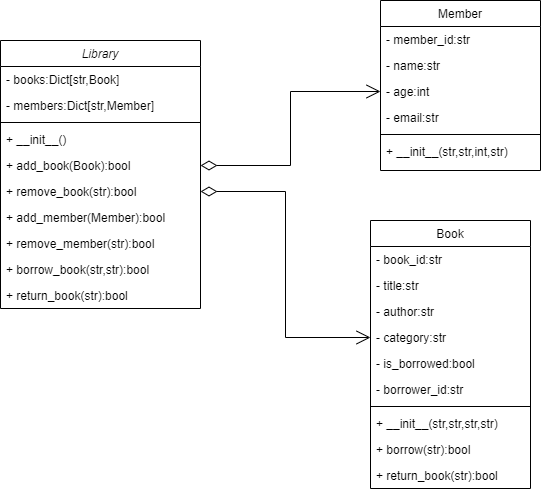
Above: Projects/OOP Project - Library Management System/library_management_system.png in Mina329/Instant-AI-Tasks (draw.io), before the change. Source tidied: cells renumbered, new cells last; positions are measured from the earlier drawing's top-left corner, leaving out a move shared by most shapes.
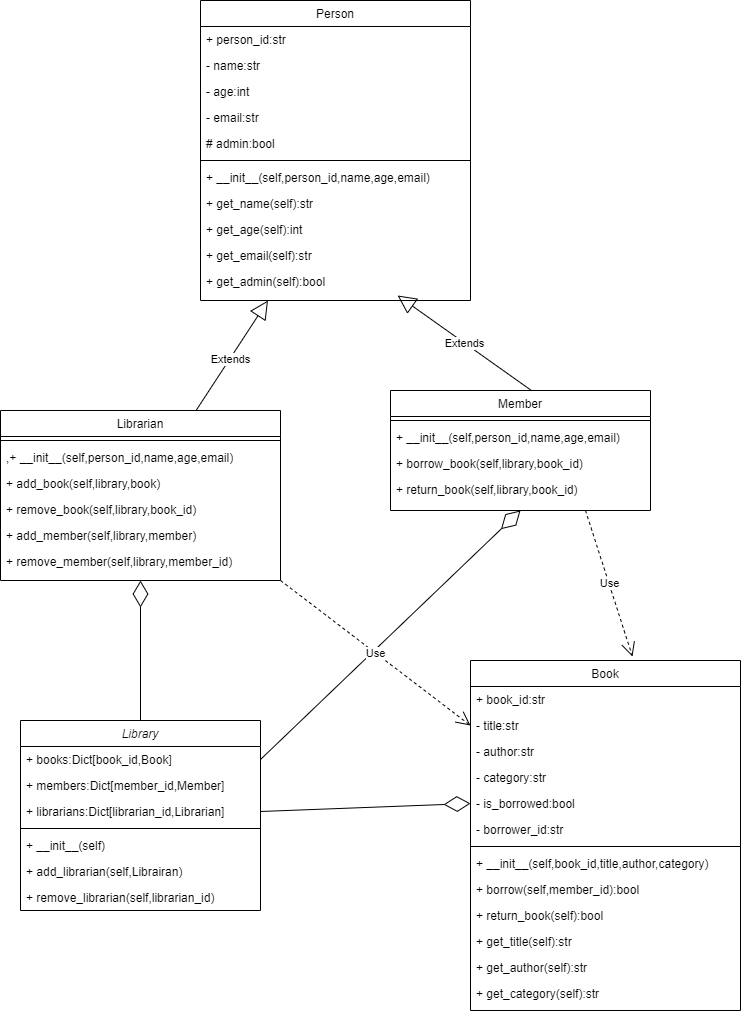
After the change.

Change to the diagram source:
```diff
@@ -3,97 +3,163 @@
     <mxCell id="0" />
     <mxCell id="1" parent="0" />
     <mxCell id="2" value="Library" style="swimlane;fontStyle=2;align=center;verticalAlign=top;horizontal=1;startSize=26;rounded=0;shadow=0;strokeWidth=1;" parent="1" vertex="1">
-      <mxGeometry y="40" width="200" height="268" as="geometry" />
+      <mxGeometry x="20" y="600" width="240" height="190" as="geometry" />
     </mxCell>
-    <mxCell id="3" value="- books:Dict[str,Book]" style="text;align=left;verticalAlign=top;spacingLeft=4;spacingRight=4;overflow=hidden;points=[[0,0.5],[1,0.5]];portConstraint=eastwest;" parent="2" vertex="1">
-      <mxGeometry y="26" width="200" height="26" as="geometry" />
+    <mxCell id="3" value="+ books:Dict[book_id,Book]" style="text;align=left;verticalAlign=top;spacingLeft=4;spacingRight=4;overflow=hidden;points=[[0,0.5],[1,0.5]];portConstraint=eastwest;" parent="2" vertex="1">
+      <mxGeometry y="26" width="240" height="26" as="geometry" />
     </mxCell>
-    <mxCell id="4" value="- members:Dict[str,Member]" style="text;align=left;verticalAlign=top;spacingLeft=4;spacingRight=4;overflow=hidden;rounded=0;shadow=0;html=0;" parent="2" vertex="1">
-      <mxGeometry y="52" width="200" height="26" as="geometry" />
+    <mxCell id="4" value="+ members:Dict[member_id,Member]" style="text;align=left;verticalAlign=top;spacingLeft=4;spacingRight=4;overflow=hidden;rounded=0;shadow=0;html=0;" parent="2" vertex="1">
+      <mxGeometry y="52" width="240" height="26" as="geometry" />
     </mxCell>
+    <mxCell id="33" value="+ librarians:Dict[librarian_id,Librarian]" style="text;align=left;verticalAlign=top;spacingLeft=4;spacingRight=4;overflow=hidden;points=[[0,0.5],[1,0.5]];portConstraint=eastwest;rounded=0;shadow=0;html=0;" parent="2" vertex="1">
+      <mxGeometry y="78" width="240" height="26" as="geometry" />
+    </mxCell>
     <mxCell id="5" style="line;html=1;strokeWidth=1;align=left;verticalAlign=middle;spacingTop=-1;spacingLeft=3;spacingRight=3;labelPosition=right;" parent="2" vertex="1">
-      <mxGeometry y="78" width="200" height="8" as="geometry" />
+      <mxGeometry y="104" width="240" height="8" as="geometry" />
     </mxCell>
-    <mxCell id="6" value="+ __init__()" style="text;align=left;verticalAlign=top;spacingLeft=4;spacingRight=4;overflow=hidden;" parent="2" vertex="1">
-      <mxGeometry y="86" width="200" height="26" as="geometry" />
+    <mxCell id="6" value="+ __init__(self)" style="text;align=left;verticalAlign=top;spacingLeft=4;spacingRight=4;overflow=hidden;" parent="2" vertex="1">
+      <mxGeometry y="112" width="240" height="26" as="geometry" />
     </mxCell>
-    <mxCell id="7" value="+ add_book(Book):bool" style="text;align=left;verticalAlign=top;spacingLeft=4;spacingRight=4;overflow=hidden;points=[[0,0.5],[1,0.5]];portConstraint=eastwest;" parent="2" vertex="1">
-      <mxGeometry y="112" width="200" height="26" as="geometry" />
-    </mxCell>
-    <mxCell id="8" value="+ remove_book(str):bool" style="text;align=left;verticalAlign=top;spacingLeft=4;spacingRight=4;overflow=hidden;points=[[0,0.5],[1,0.5]];portConstraint=eastwest;" parent="2" vertex="1">
-      <mxGeometry y="138" width="200" height="26" as="geometry" />
-    </mxCell>
-    <mxCell id="9" value="+ add_member(Member):bool" style="text;align=left;verticalAlign=top;spacingLeft=4;spacingRight=4;overflow=hidden;" parent="2" vertex="1">
-      <mxGeometry y="164" width="200" height="26" as="geometry" />
-    </mxCell>
-    <mxCell id="10" value="+ remove_member(str):bool" style="text;align=left;verticalAlign=top;spacingLeft=4;spacingRight=4;overflow=hidden;" parent="2" vertex="1">
-      <mxGeometry y="190" width="200" height="26" as="geometry" />
-    </mxCell>
-    <mxCell id="11" value="+ borrow_book(str,str):bool" style="text;align=left;verticalAlign=top;spacingLeft=4;spacingRight=4;overflow=hidden;" parent="2" vertex="1">
-      <mxGeometry y="216" width="200" height="26" as="geometry" />
-    </mxCell>
-    <mxCell id="12" value="+ return_book(str):bool" style="text;align=left;verticalAlign=top;spacingLeft=4;spacingRight=4;overflow=hidden;" parent="2" vertex="1">
-      <mxGeometry y="242" width="200" height="26" as="geometry" />
-    </mxCell>
+    <mxCell id="34" value="+ add_librarian(self,Librairan)" style="text;align=left;verticalAlign=top;spacingLeft=4;spacingRight=4;overflow=hidden;" parent="2" vertex="1">
+      <mxGeometry y="138" width="240" height="26" as="geometry" />
+    </mxCell>
+    <mxCell id="35" value="+ remove_librarian(self,librarian_id)" style="text;align=left;verticalAlign=top;spacingLeft=4;spacingRight=4;overflow=hidden;" parent="2" vertex="1">
+      <mxGeometry y="164" width="240" height="26" as="geometry" />
+    </mxCell>
     <mxCell id="13" value="Book" style="swimlane;fontStyle=0;align=center;verticalAlign=top;horizontal=1;startSize=26;rounded=0;shadow=0;strokeWidth=1;" parent="1" vertex="1">
-      <mxGeometry x="370" y="220" width="160" height="268" as="geometry" />
+      <mxGeometry x="470" y="540" width="270" height="350" as="geometry" />
     </mxCell>
-    <mxCell id="14" value="- book_id:str" style="text;align=left;verticalAlign=top;spacingLeft=4;spacingRight=4;overflow=hidden;" parent="13" vertex="1">
-      <mxGeometry y="26" width="160" height="26" as="geometry" />
+    <mxCell id="14" value="+ book_id:str" style="text;align=left;verticalAlign=top;spacingLeft=4;spacingRight=4;overflow=hidden;" parent="13" vertex="1">
+      <mxGeometry y="26" width="270" height="26" as="geometry" />
     </mxCell>
     <mxCell id="15" value="- title:str" style="text;align=left;verticalAlign=top;spacingLeft=4;spacingRight=4;overflow=hidden;points=[[0,0.5],[1,0.5]];portConstraint=eastwest;" parent="13" vertex="1">
-      <mxGeometry y="52" width="160" height="26" as="geometry" />
+      <mxGeometry y="52" width="270" height="26" as="geometry" />
     </mxCell>
     <mxCell id="16" value="- author:str" style="text;align=left;verticalAlign=top;spacingLeft=4;spacingRight=4;overflow=hidden;rounded=0;shadow=0;html=0;" parent="13" vertex="1">
-      <mxGeometry y="78" width="160" height="26" as="geometry" />
+      <mxGeometry y="78" width="270" height="26" as="geometry" />
     </mxCell>
     <mxCell id="17" value="- category:str&#10;" style="text;align=left;verticalAlign=top;spacingLeft=4;spacingRight=4;overflow=hidden;points=[[0,0.5],[1,0.5]];portConstraint=eastwest;rounded=0;shadow=0;html=0;" parent="13" vertex="1">
-      <mxGeometry y="104" width="160" height="26" as="geometry" />
+      <mxGeometry y="104" width="270" height="26" as="geometry" />
     </mxCell>
     <mxCell id="18" value="- is_borrowed:bool" style="text;align=left;verticalAlign=top;spacingLeft=4;spacingRight=4;overflow=hidden;points=[[0,0.5],[1,0.5]];portConstraint=eastwest;rounded=0;shadow=0;html=0;" parent="13" vertex="1">
-      <mxGeometry y="130" width="160" height="26" as="geometry" />
+      <mxGeometry y="130" width="270" height="26" as="geometry" />
     </mxCell>
     <mxCell id="19" value="- borrower_id:str" style="text;align=left;verticalAlign=top;spacingLeft=4;spacingRight=4;overflow=hidden;rounded=0;shadow=0;html=0;" parent="13" vertex="1">
-      <mxGeometry y="156" width="160" height="26" as="geometry" />
+      <mxGeometry y="156" width="270" height="26" as="geometry" />
     </mxCell>
     <mxCell id="20" style="line;html=1;strokeWidth=1;align=left;verticalAlign=middle;spacingTop=-1;spacingLeft=3;spacingRight=3;labelPosition=right;" parent="13" vertex="1">
-      <mxGeometry y="182" width="160" height="8" as="geometry" />
+      <mxGeometry y="182" width="270" height="8" as="geometry" />
     </mxCell>
-    <mxCell id="21" value="+ __init__(str,str,str,str)" style="text;align=left;verticalAlign=top;spacingLeft=4;spacingRight=4;overflow=hidden;fontStyle=0;" parent="13" vertex="1">
-      <mxGeometry y="190" width="160" height="26" as="geometry" />
+    <mxCell id="21" value="+ __init__(self,book_id,title,author,category)" style="text;align=left;verticalAlign=top;spacingLeft=4;spacingRight=4;overflow=hidden;fontStyle=0;" parent="13" vertex="1">
+      <mxGeometry y="190" width="270" height="26" as="geometry" />
     </mxCell>
-    <mxCell id="22" value="+ borrow(str):bool" style="text;align=left;verticalAlign=top;spacingLeft=4;spacingRight=4;overflow=hidden;" parent="13" vertex="1">
-      <mxGeometry y="216" width="160" height="26" as="geometry" />
+    <mxCell id="22" value="+ borrow(self,member_id):bool" style="text;align=left;verticalAlign=top;spacingLeft=4;spacingRight=4;overflow=hidden;" parent="13" vertex="1">
+      <mxGeometry y="216" width="270" height="26" as="geometry" />
     </mxCell>
-    <mxCell id="23" value="+ return_book(str):bool" style="text;align=left;verticalAlign=top;spacingLeft=4;spacingRight=4;overflow=hidden;" parent="13" vertex="1">
-      <mxGeometry y="242" width="160" height="26" as="geometry" />
+    <mxCell id="23" value="+ return_book(self):bool" style="text;align=left;verticalAlign=top;spacingLeft=4;spacingRight=4;overflow=hidden;" parent="13" vertex="1">
+      <mxGeometry y="242" width="270" height="26" as="geometry" />
     </mxCell>
+    <mxCell id="36" value="+ get_title(self):str" style="text;align=left;verticalAlign=top;spacingLeft=4;spacingRight=4;overflow=hidden;" parent="13" vertex="1">
+      <mxGeometry y="268" width="270" height="26" as="geometry" />
+    </mxCell>
+    <mxCell id="37" value="+ get_author(self):str" style="text;align=left;verticalAlign=top;spacingLeft=4;spacingRight=4;overflow=hidden;" parent="13" vertex="1">
+      <mxGeometry y="294" width="270" height="26" as="geometry" />
+    </mxCell>
+    <mxCell id="38" value="+ get_category(self):str" style="text;align=left;verticalAlign=top;spacingLeft=4;spacingRight=4;overflow=hidden;" parent="13" vertex="1">
+      <mxGeometry y="320" width="270" height="26" as="geometry" />
+    </mxCell>
     <mxCell id="24" value="Member" style="swimlane;fontStyle=0;align=center;verticalAlign=top;horizontal=1;startSize=26;rounded=0;shadow=0;strokeWidth=1;" parent="1" vertex="1">
-      <mxGeometry x="380" width="160" height="170" as="geometry" />
+      <mxGeometry x="390" y="270" width="260" height="120" as="geometry" />
     </mxCell>
-    <mxCell id="25" value="- member_id:str" style="text;align=left;verticalAlign=top;spacingLeft=4;spacingRight=4;overflow=hidden;" parent="24" vertex="1">
-      <mxGeometry y="26" width="160" height="26" as="geometry" />
-    </mxCell>
+    <mxCell id="29" style="line;html=1;strokeWidth=1;align=left;verticalAlign=middle;spacingTop=-1;spacingLeft=3;spacingRight=3;labelPosition=right;" parent="24" vertex="1">
+      <mxGeometry y="26" width="260" height="8" as="geometry" />
+    </mxCell>
+    <mxCell id="30" value="+ __init__(self,person_id,name,age,email)" style="text;align=left;verticalAlign=top;spacingLeft=4;spacingRight=4;overflow=hidden;" parent="24" vertex="1">
+      <mxGeometry y="34" width="260" height="26" as="geometry" />
+    </mxCell>
+    <mxCell id="39" value="+ borrow_book(self,library,book_id)" style="text;align=left;verticalAlign=top;spacingLeft=4;spacingRight=4;overflow=hidden;" parent="24" vertex="1">
+      <mxGeometry y="60" width="260" height="26" as="geometry" />
+    </mxCell>
+    <mxCell id="40" value="+ return_book(self,library,book_id)" style="text;align=left;verticalAlign=top;spacingLeft=4;spacingRight=4;overflow=hidden;" parent="24" vertex="1">
+      <mxGeometry y="86" width="260" height="18" as="geometry" />
+    </mxCell>
+    <mxCell id="41" value="Person" style="swimlane;fontStyle=0;align=center;verticalAlign=top;horizontal=1;startSize=26;rounded=0;shadow=0;strokeWidth=1;" parent="1" vertex="1">
+      <mxGeometry x="200" y="-120" width="270" height="300" as="geometry" />
+    </mxCell>
+    <mxCell id="42" value="+ person_id:str" style="text;align=left;verticalAlign=top;spacingLeft=4;spacingRight=4;overflow=hidden;" parent="41" vertex="1">
+      <mxGeometry y="26" width="270" height="26" as="geometry" />
+    </mxCell>
-    <mxCell id="26" value="- name:str" style="text;align=left;verticalAlign=top;spacingLeft=4;spacingRight=4;overflow=hidden;rounded=0;shadow=0;html=0;" parent="24" vertex="1">
-      <mxGeometry y="52" width="160" height="26" as="geometry" />
+    <mxCell id="26" value="- name:str" style="text;align=left;verticalAlign=top;spacingLeft=4;spacingRight=4;overflow=hidden;rounded=0;shadow=0;html=0;" parent="41" vertex="1">
+      <mxGeometry y="52" width="270" height="26" as="geometry" />
     </mxCell>
-    <mxCell id="27" value="- age:int" style="text;align=left;verticalAlign=top;spacingLeft=4;spacingRight=4;overflow=hidden;points=[[0,0.5],[1,0.5]];portConstraint=eastwest;rounded=0;shadow=0;html=0;" parent="24" vertex="1">
-      <mxGeometry y="78" width="160" height="26" as="geometry" />
+    <mxCell id="27" value="- age:int" style="text;align=left;verticalAlign=top;spacingLeft=4;spacingRight=4;overflow=hidden;points=[[0,0.5],[1,0.5]];portConstraint=eastwest;rounded=0;shadow=0;html=0;" parent="41" vertex="1">
+      <mxGeometry y="78" width="270" height="26" as="geometry" />
     </mxCell>
-    <mxCell id="28" value="- email:str" style="text;align=left;verticalAlign=top;spacingLeft=4;spacingRight=4;overflow=hidden;rounded=0;shadow=0;html=0;" parent="24" vertex="1">
-      <mxGeometry y="104" width="160" height="26" as="geometry" />
+    <mxCell id="28" value="- email:str" style="text;align=left;verticalAlign=top;spacingLeft=4;spacingRight=4;overflow=hidden;rounded=0;shadow=0;html=0;" parent="41" vertex="1">
+      <mxGeometry y="104" width="270" height="26" as="geometry" />
     </mxCell>
-    <mxCell id="29" style="line;html=1;strokeWidth=1;align=left;verticalAlign=middle;spacingTop=-1;spacingLeft=3;spacingRight=3;labelPosition=right;" parent="24" vertex="1">
-      <mxGeometry y="130" width="160" height="8" as="geometry" />
-    </mxCell>
-    <mxCell id="30" value="+ __init__(str,str,int,str)" style="text;align=left;verticalAlign=top;spacingLeft=4;spacingRight=4;overflow=hidden;" parent="24" vertex="1">
-      <mxGeometry y="138" width="160" height="26" as="geometry" />
-    </mxCell>
-    <mxCell id="31" style="endArrow=open;html=1;endSize=12;startArrow=diamondThin;startSize=14;startFill=0;edgeStyle=orthogonalEdgeStyle;align=left;verticalAlign=bottom;rounded=0;exitX=1;exitY=0.5;exitDx=0;exitDy=0;entryX=0;entryY=0.5;entryDx=0;entryDy=0;" parent="1" edge="1" source="8" target="17">
-      <mxGeometry x="-1" y="3" relative="1" as="geometry" />
-    </mxCell>
-    <mxCell id="32" style="endArrow=open;html=1;endSize=12;startArrow=diamondThin;startSize=14;startFill=0;edgeStyle=orthogonalEdgeStyle;align=left;verticalAlign=bottom;rounded=0;exitX=1;exitY=0.5;exitDx=0;exitDy=0;entryX=0;entryY=0.5;entryDx=0;entryDy=0;" parent="1" edge="1" source="7" target="27">
-      <mxGeometry x="-1" y="3" relative="1" as="geometry" />
-    </mxCell>
+    <mxCell id="43" value="# admin:bool" style="text;align=left;verticalAlign=top;spacingLeft=4;spacingRight=4;overflow=hidden;rounded=0;shadow=0;html=0;" parent="41" vertex="1">
+      <mxGeometry y="130" width="270" height="26" as="geometry" />
+    </mxCell>
+    <mxCell id="44" style="line;html=1;strokeWidth=1;align=left;verticalAlign=middle;spacingTop=-1;spacingLeft=3;spacingRight=3;labelPosition=right;" parent="41" vertex="1">
+      <mxGeometry y="156" width="270" height="8" as="geometry" />
+    </mxCell>
+    <mxCell id="45" value="+ __init__(self,person_id,name,age,email)" style="text;align=left;verticalAlign=top;spacingLeft=4;spacingRight=4;overflow=hidden;" parent="41" vertex="1">
+      <mxGeometry y="164" width="270" height="26" as="geometry" />
+    </mxCell>
+    <mxCell id="46" value="+ get_name(self):str" style="text;align=left;verticalAlign=top;spacingLeft=4;spacingRight=4;overflow=hidden;" parent="41" vertex="1">
+      <mxGeometry y="190" width="270" height="26" as="geometry" />
+    </mxCell>
+    <mxCell id="47" value="+ get_age(self):int" style="text;align=left;verticalAlign=top;spacingLeft=4;spacingRight=4;overflow=hidden;" parent="41" vertex="1">
+      <mxGeometry y="216" width="270" height="26" as="geometry" />
+    </mxCell>
+    <mxCell id="48" value="+ get_email(self):str" style="text;align=left;verticalAlign=top;spacingLeft=4;spacingRight=4;overflow=hidden;" parent="41" vertex="1">
+      <mxGeometry y="242" width="270" height="26" as="geometry" />
+    </mxCell>
+    <mxCell id="49" value="+ get_admin(self):bool" style="text;align=left;verticalAlign=top;spacingLeft=4;spacingRight=4;overflow=hidden;points=[[0,0.5],[1,0.5]];portConstraint=eastwest;" parent="41" vertex="1">
+      <mxGeometry y="268" width="270" height="26" as="geometry" />
+    </mxCell>
+    <mxCell id="50" value="Librarian" style="swimlane;fontStyle=0;align=center;verticalAlign=top;horizontal=1;startSize=26;rounded=0;shadow=0;strokeWidth=1;" parent="1" vertex="1">
+      <mxGeometry y="290" width="280" height="170" as="geometry" />
+    </mxCell>
+    <mxCell id="51" style="line;html=1;strokeWidth=1;align=left;verticalAlign=middle;spacingTop=-1;spacingLeft=3;spacingRight=3;labelPosition=right;" parent="50" vertex="1">
+      <mxGeometry y="26" width="280" height="8" as="geometry" />
+    </mxCell>
+    <mxCell id="52" value=",+ __init__(self,person_id,name,age,email)" style="text;align=left;verticalAlign=top;spacingLeft=4;spacingRight=4;overflow=hidden;" parent="50" vertex="1">
+      <mxGeometry y="34" width="280" height="26" as="geometry" />
+    </mxCell>
+    <mxCell id="53" value="+ add_book(self,library,book)" style="text;align=left;verticalAlign=top;spacingLeft=4;spacingRight=4;overflow=hidden;" parent="50" vertex="1">
+      <mxGeometry y="60" width="280" height="26" as="geometry" />
+    </mxCell>
+    <mxCell id="54" value="+ remove_book(self,library,book_id)" style="text;align=left;verticalAlign=top;spacingLeft=4;spacingRight=4;overflow=hidden;" parent="50" vertex="1">
+      <mxGeometry y="86" width="280" height="26" as="geometry" />
+    </mxCell>
+    <mxCell id="55" value="+ add_member(self,library,member)" style="text;align=left;verticalAlign=top;spacingLeft=4;spacingRight=4;overflow=hidden;" parent="50" vertex="1">
+      <mxGeometry y="112" width="280" height="26" as="geometry" />
+    </mxCell>
+    <mxCell id="56" value="+ remove_member(self,library,member_id)" style="text;align=left;verticalAlign=top;spacingLeft=4;spacingRight=4;overflow=hidden;" parent="50" vertex="1">
+      <mxGeometry y="138" width="280" height="26" as="geometry" />
+    </mxCell>
+    <mxCell id="57" value="Extends" style="endArrow=block;endSize=16;endFill=0;html=1;rounded=0;entryX=0.25;entryY=1;entryDx=0;entryDy=0;" parent="1" edge="1" source="50" target="41">
+      <mxGeometry x="-0.06" y="-1" relative="1" as="geometry" />
+    </mxCell>
+    <mxCell id="58" value="Extends" style="endArrow=block;endSize=16;endFill=0;html=1;rounded=0;exitX=0.542;exitY=0;exitDx=0;exitDy=0;exitPerimeter=0;entryX=0.73;entryY=1.038;entryDx=0;entryDy=0;entryPerimeter=0;" parent="1" edge="1" source="24" target="49">
+      <mxGeometry relative="1" as="geometry" />
+    </mxCell>
+    <mxCell id="59" style="endArrow=diamondThin;endFill=0;endSize=24;html=1;rounded=0;exitX=1;exitY=0.5;exitDx=0;exitDy=0;entryX=0;entryY=0.5;entryDx=0;entryDy=0;" parent="1" edge="1" source="33" target="18">
+      <mxGeometry relative="1" as="geometry" />
+    </mxCell>
+    <mxCell id="60" style="endArrow=diamondThin;endFill=0;endSize=24;html=1;rounded=0;exitX=1;exitY=0.5;exitDx=0;exitDy=0;entryX=0.5;entryY=1;entryDx=0;entryDy=0;" parent="1" edge="1" source="3" target="24">
+      <mxGeometry relative="1" as="geometry" />
+    </mxCell>
+    <mxCell id="61" style="endArrow=diamondThin;endFill=0;endSize=24;html=1;rounded=0;exitX=0.5;exitY=0;exitDx=0;exitDy=0;entryX=0.5;entryY=1;entryDx=0;entryDy=0;" parent="1" edge="1" source="2" target="50">
+      <mxGeometry relative="1" as="geometry" />
+    </mxCell>
+    <mxCell id="62" value="Use" style="endArrow=open;endSize=12;dashed=1;html=1;rounded=0;exitX=1;exitY=1;exitDx=0;exitDy=0;entryX=0;entryY=0.5;entryDx=0;entryDy=0;" parent="1" edge="1" source="50" target="15">
+      <mxGeometry relative="1" as="geometry" />
+    </mxCell>
+    <mxCell id="63" value="Use" style="endArrow=open;endSize=12;dashed=1;html=1;rounded=0;entryX=0.6;entryY=-0.011;entryDx=0;entryDy=0;entryPerimeter=0;exitX=0.75;exitY=1;exitDx=0;exitDy=0;" parent="1" edge="1" source="24" target="13">
+      <mxGeometry relative="1" as="geometry" />
+    </mxCell>
   </root>
 </mxGraphModel>
```
